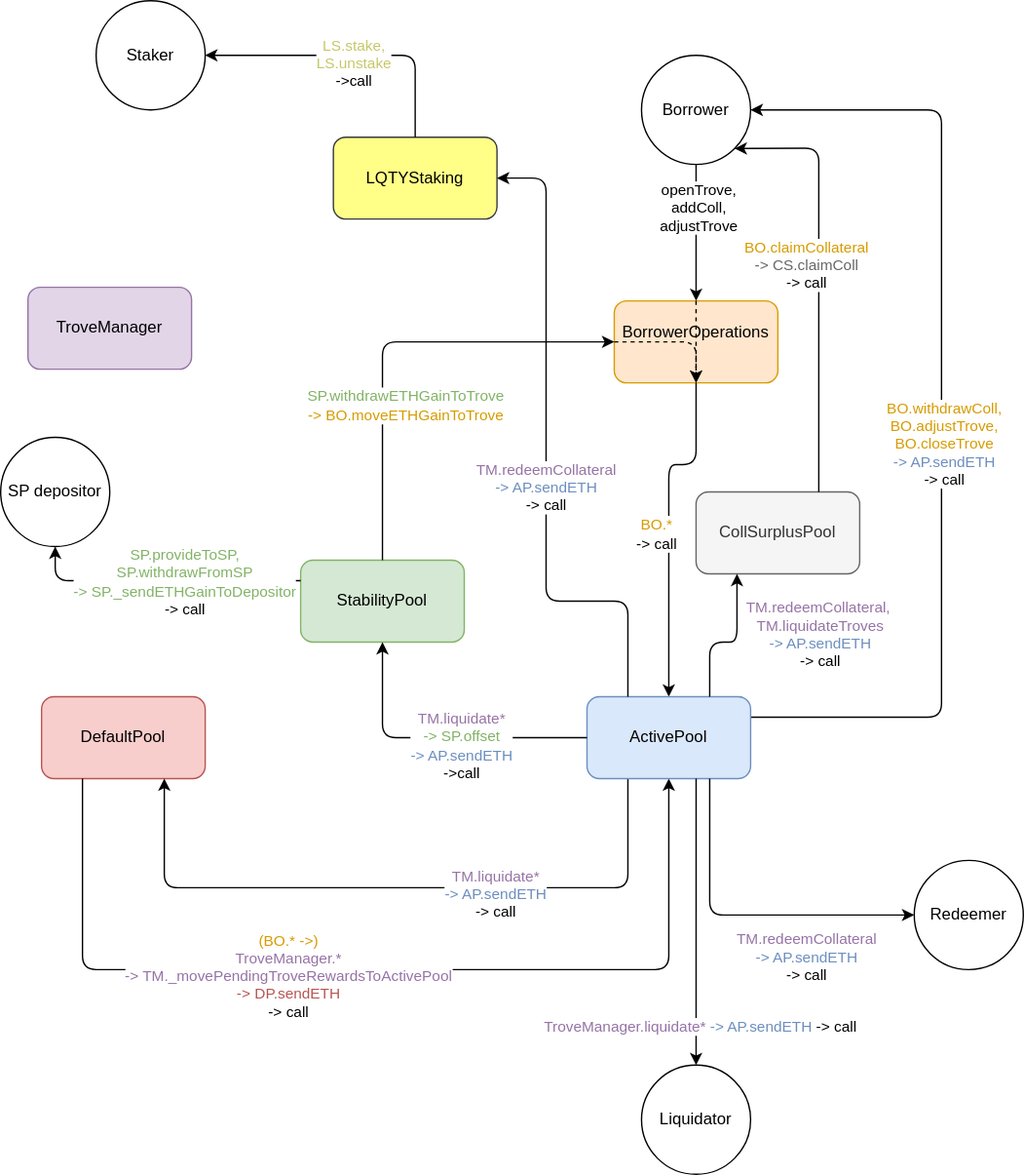
Earlier version of the draw.io export images/iBGT_flows.svg (beraborrow/package). Source tidied: cells renumbered, new cells last; positions are measured from the earlier drawing's top-left corner, leaving out a move shared by most shapes.
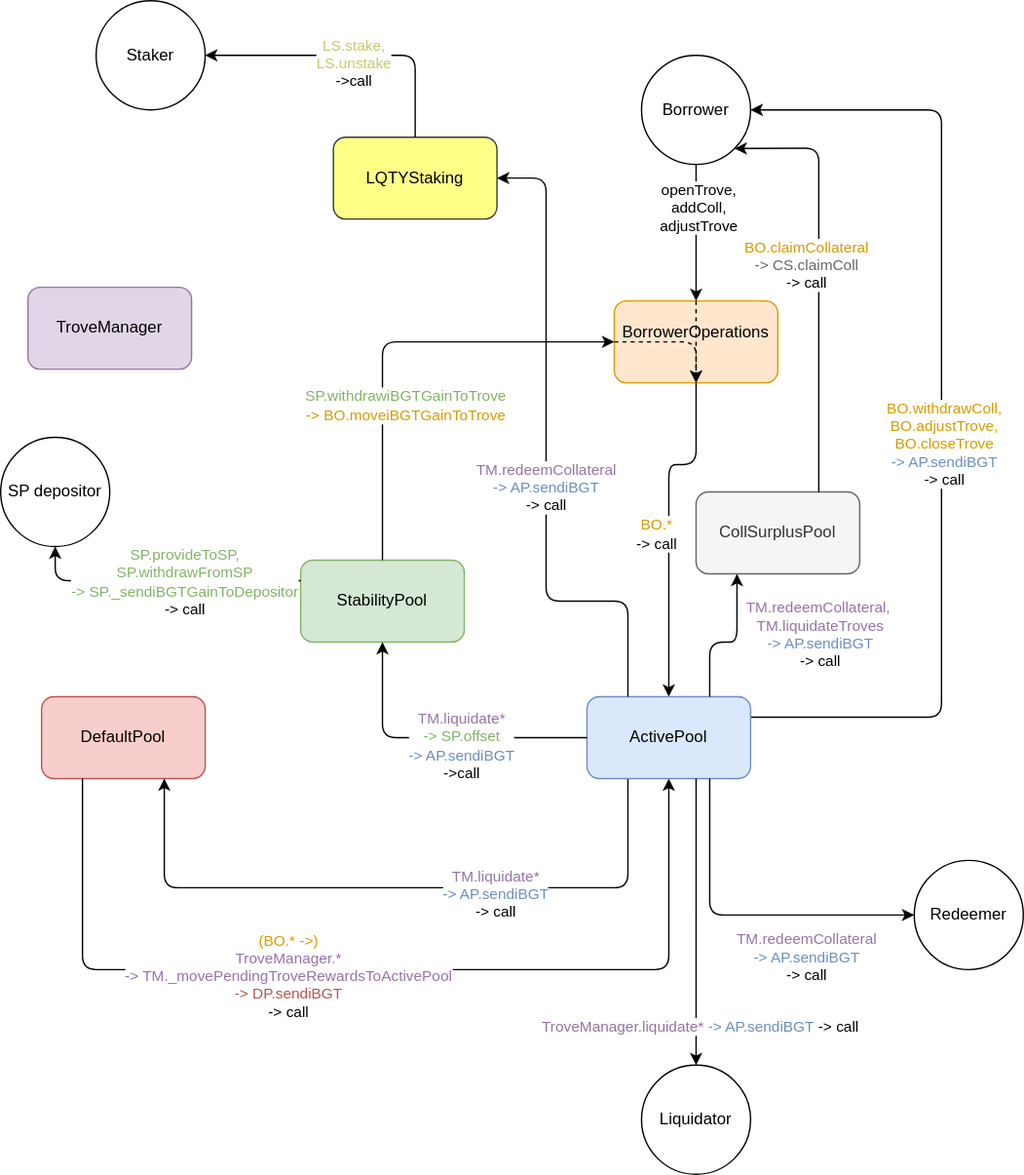
Later version of the same file.

What changed in the source:
```diff
@@ -34,7 +34,7 @@
         </Array>
       </mxGeometry>
     </mxCell>
-    <mxCell id="9" value="&lt;font color=&quot;#82B366&quot;&gt;SP.&lt;/font&gt;&lt;font color=&quot;#82B366&quot;&gt;withdrawETHGainToTrove&lt;/font&gt;&lt;div&gt;&lt;font color=&quot;#D79B00&quot;&gt;-&amp;gt; BO.moveETHGainToTrove&lt;/font&gt;&lt;br&gt;&lt;/div&gt;" style="edgeLabel;html=1;align=center;verticalAlign=middle;" parent="8" vertex="1">
+    <mxCell id="9" value="&lt;font color=&quot;#82B366&quot;&gt;SP.&lt;/font&gt;&lt;font color=&quot;#82B366&quot;&gt;withdrawiBGTGainToTrove&lt;/font&gt;&lt;div&gt;&lt;font color=&quot;#D79B00&quot;&gt;-&amp;gt; BO.moveiBGTGainToTrove&lt;/font&gt;&lt;br&gt;&lt;/div&gt;" style="edgeLabel;html=1;align=center;verticalAlign=middle;" parent="8" vertex="1">
       <mxGeometry x="-0.38" y="-2" relative="1" as="geometry">
         <mxPoint x="14" y="-12" as="offset" />
       </mxGeometry>
@@ -58,7 +58,7 @@
         </Array>
       </mxGeometry>
     </mxCell>
-    <mxCell id="14" value="&lt;div&gt;&lt;font color=&quot;#D79B00&quot;&gt;BO.withdrawColl,&lt;/font&gt;&lt;/div&gt;&lt;div&gt;&lt;font color=&quot;#D79B00&quot;&gt;BO.adjustTrove,&lt;br&gt;BO.closeTrove&lt;/font&gt;&lt;br&gt;&lt;font color=&quot;#6C8EBF&quot;&gt;-&amp;gt; AP.sendETH&lt;/font&gt;&lt;/div&gt;&lt;div&gt;-&amp;gt; call&lt;br&gt;&lt;/div&gt;" style="edgeLabel;html=1;align=center;verticalAlign=middle;" parent="13" vertex="1">
+    <mxCell id="14" value="&lt;div&gt;&lt;font color=&quot;#D79B00&quot;&gt;BO.withdrawColl,&lt;/font&gt;&lt;/div&gt;&lt;div&gt;&lt;font color=&quot;#D79B00&quot;&gt;BO.adjustTrove,&lt;br&gt;BO.closeTrove&lt;/font&gt;&lt;br&gt;&lt;font color=&quot;#6C8EBF&quot;&gt;-&amp;gt; AP.sendiBGT&lt;/font&gt;&lt;/div&gt;&lt;div&gt;-&amp;gt; call&lt;br&gt;&lt;/div&gt;" style="edgeLabel;html=1;align=center;verticalAlign=middle;" parent="13" vertex="1">
       <mxGeometry x="-0.24" y="-1" relative="1" as="geometry">
         <mxPoint y="-64" as="offset" />
       </mxGeometry>
@@ -71,7 +71,7 @@
         </Array>
       </mxGeometry>
     </mxCell>
-    <mxCell id="16" value="&lt;div&gt;&lt;font color=&quot;#9673A6&quot;&gt;TM.liquidate*&lt;/font&gt;&lt;/div&gt;&lt;div&gt;&lt;font color=&quot;#6C8EBF&quot;&gt;-&amp;gt; AP.sendETH&lt;/font&gt;&lt;/div&gt;&lt;div&gt;-&amp;gt; call&lt;br&gt;&lt;/div&gt;" style="edgeLabel;html=1;align=center;verticalAlign=middle;" parent="15" vertex="1">
+    <mxCell id="16" value="&lt;div&gt;&lt;font color=&quot;#9673A6&quot;&gt;TM.liquidate*&lt;/font&gt;&lt;/div&gt;&lt;div&gt;&lt;font color=&quot;#6C8EBF&quot;&gt;-&amp;gt; AP.sendiBGT&lt;/font&gt;&lt;/div&gt;&lt;div&gt;-&amp;gt; call&lt;br&gt;&lt;/div&gt;" style="edgeLabel;html=1;align=center;verticalAlign=middle;" parent="15" vertex="1">
       <mxGeometry x="-0.29" y="4" relative="1" as="geometry" />
     </mxCell>
     <mxCell id="17" style="endArrow=classic;html=1;entryX=0.5;entryY=1;entryDx=0;entryDy=0;exitX=0.25;exitY=1;exitDx=0;exitDy=0;" parent="1" edge="1" source="3" target="20">
@@ -82,7 +82,7 @@
         </Array>
       </mxGeometry>
     </mxCell>
-    <mxCell id="18" value="&lt;div&gt;&lt;font color=&quot;#9673A6&quot;&gt;&lt;font color=&quot;#D79B00&quot;&gt;(BO.* -&amp;gt;)&lt;/font&gt;&lt;br&gt;TroveManager.*&lt;br&gt;-&amp;gt; TM._movePendingTroveRewardsToActivePool&lt;br&gt;&lt;/font&gt;&lt;/div&gt;&lt;div&gt;&lt;font color=&quot;#B85450&quot;&gt;-&amp;gt; DP.sendETH&lt;/font&gt;&lt;/div&gt;&lt;div&gt;-&amp;gt; call&lt;br&gt;&lt;/div&gt;" style="edgeLabel;html=1;align=center;verticalAlign=middle;" parent="17" vertex="1">
+    <mxCell id="18" value="&lt;div&gt;&lt;font color=&quot;#9673A6&quot;&gt;&lt;font color=&quot;#D79B00&quot;&gt;(BO.* -&amp;gt;)&lt;/font&gt;&lt;br&gt;TroveManager.*&lt;br&gt;-&amp;gt; TM._movePendingTroveRewardsToActivePool&lt;br&gt;&lt;/font&gt;&lt;/div&gt;&lt;div&gt;&lt;font color=&quot;#B85450&quot;&gt;-&amp;gt; DP.sendiBGT&lt;/font&gt;&lt;/div&gt;&lt;div&gt;-&amp;gt; call&lt;br&gt;&lt;/div&gt;" style="edgeLabel;html=1;align=center;verticalAlign=middle;" parent="17" vertex="1">
       <mxGeometry x="-0.62" y="71" relative="1" as="geometry">
         <mxPoint x="79" y="11" as="offset" />
       </mxGeometry>
@@ -103,7 +103,7 @@
         </Array>
       </mxGeometry>
     </mxCell>
-    <mxCell id="23" value="&lt;div&gt;&lt;font color=&quot;#9673A6&quot;&gt;TM.redeemCollateral&lt;/font&gt;&lt;/div&gt;&lt;div&gt;&lt;font color=&quot;#6C8EBF&quot;&gt;-&amp;gt; AP.sendETH&lt;/font&gt;&lt;/div&gt;&lt;div&gt;-&amp;gt; call&lt;br&gt;&lt;/div&gt;" style="edgeLabel;html=1;align=center;verticalAlign=middle;" parent="22" vertex="1">
+    <mxCell id="23" value="&lt;div&gt;&lt;font color=&quot;#9673A6&quot;&gt;TM.redeemCollateral&lt;/font&gt;&lt;/div&gt;&lt;div&gt;&lt;font color=&quot;#6C8EBF&quot;&gt;-&amp;gt; AP.sendiBGT&lt;/font&gt;&lt;/div&gt;&lt;div&gt;-&amp;gt; call&lt;br&gt;&lt;/div&gt;" style="edgeLabel;html=1;align=center;verticalAlign=middle;" parent="22" vertex="1">
       <mxGeometry x="-0.35" y="4" relative="1" as="geometry">
         <mxPoint x="66" y="49" as="offset" />
       </mxGeometry>
@@ -118,7 +118,7 @@
         </Array>
       </mxGeometry>
     </mxCell>
-    <mxCell id="26" value="&lt;font color=&quot;#666666&quot;&gt;&lt;font color=&quot;#82B366&quot;&gt;SP.provideToSP,&lt;/font&gt;&lt;br&gt;&lt;/font&gt;&lt;div&gt;&lt;font color=&quot;#82B366&quot;&gt;SP.withdrawFromSP&lt;/font&gt;&lt;/div&gt;&lt;div&gt;&lt;font color=&quot;#82B366&quot;&gt;-&amp;gt; SP._sendETHGainToDepositor&lt;br&gt;&lt;/font&gt;&lt;/div&gt;&lt;div&gt;-&amp;gt; call&lt;br&gt;&lt;/div&gt;" style="edgeLabel;html=1;align=center;verticalAlign=middle;" parent="25" vertex="1">
+    <mxCell id="26" value="&lt;font color=&quot;#666666&quot;&gt;&lt;font color=&quot;#82B366&quot;&gt;SP.provideToSP,&lt;/font&gt;&lt;br&gt;&lt;/font&gt;&lt;div&gt;&lt;font color=&quot;#82B366&quot;&gt;SP.withdrawFromSP&lt;/font&gt;&lt;/div&gt;&lt;div&gt;&lt;font color=&quot;#82B366&quot;&gt;-&amp;gt; SP._sendiBGTGainToDepositor&lt;br&gt;&lt;/font&gt;&lt;/div&gt;&lt;div&gt;-&amp;gt; call&lt;br&gt;&lt;/div&gt;" style="edgeLabel;html=1;align=center;verticalAlign=middle;" parent="25" vertex="1">
       <mxGeometry x="0.26" relative="1" as="geometry">
         <mxPoint x="43" as="offset" />
       </mxGeometry>
@@ -130,7 +130,7 @@
         </Array>
       </mxGeometry>
     </mxCell>
-    <mxCell id="28" value="&lt;div&gt;&lt;font color=&quot;#9673A6&quot;&gt;TM.liquidate*&lt;/font&gt;&lt;/div&gt;&lt;div&gt;&lt;font color=&quot;#82B366&quot;&gt;-&amp;gt; SP.offset&lt;/font&gt;&lt;/div&gt;&lt;div&gt;&lt;font color=&quot;#6C8EBF&quot;&gt;-&amp;gt; AP.sendETH&lt;/font&gt;&lt;/div&gt;&lt;div&gt;-&amp;gt;call&lt;br&gt;&lt;/div&gt;" style="edgeLabel;html=1;align=center;verticalAlign=middle;" parent="27" vertex="1">
+    <mxCell id="28" value="&lt;div&gt;&lt;font color=&quot;#9673A6&quot;&gt;TM.liquidate*&lt;/font&gt;&lt;/div&gt;&lt;div&gt;&lt;font color=&quot;#82B366&quot;&gt;-&amp;gt; SP.offset&lt;/font&gt;&lt;/div&gt;&lt;div&gt;&lt;font color=&quot;#6C8EBF&quot;&gt;-&amp;gt; AP.sendiBGT&lt;/font&gt;&lt;/div&gt;&lt;div&gt;-&amp;gt;call&lt;br&gt;&lt;/div&gt;" style="edgeLabel;html=1;align=center;verticalAlign=middle;" parent="27" vertex="1">
       <mxGeometry x="0.33" y="-1" relative="1" as="geometry">
         <mxPoint x="53" y="6" as="offset" />
       </mxGeometry>
@@ -138,7 +138,7 @@
     <mxCell id="29" style="endArrow=classic;html=1;exitX=0.667;exitY=1;exitDx=0;exitDy=0;exitPerimeter=0;entryX=0.5;entryY=0;entryDx=0;entryDy=0;" parent="1" edge="1" source="20" target="21">
       <mxGeometry relative="1" as="geometry" />
     </mxCell>
-    <mxCell id="30" value="&lt;font color=&quot;#9673A6&quot;&gt;TroveManager.liquidate*&lt;/font&gt; &lt;font color=&quot;#6C8EBF&quot;&gt;-&amp;gt; AP.sendETH&lt;/font&gt; -&amp;gt; call" style="edgeLabel;html=1;align=center;verticalAlign=middle;" parent="29" vertex="1">
+    <mxCell id="30" value="&lt;font color=&quot;#9673A6&quot;&gt;TroveManager.liquidate*&lt;/font&gt; &lt;font color=&quot;#6C8EBF&quot;&gt;-&amp;gt; AP.sendiBGT&lt;/font&gt;&amp;nbsp;-&amp;gt; call" style="edgeLabel;html=1;align=center;verticalAlign=middle;" parent="29" vertex="1">
       <mxGeometry x="0.72" y="2" relative="1" as="geometry" />
     </mxCell>
     <mxCell id="31" value="CollSurplusPool" style="rounded=1;whiteSpace=wrap;html=1;fillColor=#f5f5f5;strokeColor=#666666;fontColor=#333333;" parent="1" vertex="1">
@@ -164,7 +164,7 @@
         </Array>
       </mxGeometry>
     </mxCell>
-    <mxCell id="35" value="&lt;div&gt;&lt;font color=&quot;#9673A6&quot;&gt;TM.redeemCollateral,&amp;nbsp;&lt;br&gt;&lt;/font&gt;&lt;span style=&quot;color: rgb(150 , 115 , 166)&quot;&gt;TM.liquidateTroves&lt;/span&gt;&lt;/div&gt;&lt;div&gt;&lt;div&gt;&lt;font color=&quot;#6C8EBF&quot;&gt;-&amp;gt; AP.sendETH&lt;/font&gt;&lt;/div&gt;&lt;div&gt;-&amp;gt; call&lt;br&gt;&lt;/div&gt;&lt;/div&gt;&lt;div&gt;&lt;div&gt;&lt;br&gt;&lt;/div&gt;&lt;/div&gt;" style="edgeLabel;html=1;align=center;verticalAlign=middle;" parent="34" vertex="1">
+    <mxCell id="35" value="&lt;div&gt;&lt;font color=&quot;#9673A6&quot;&gt;TM.redeemCollateral,&amp;nbsp;&lt;br&gt;&lt;/font&gt;&lt;span style=&quot;color: rgb(150 , 115 , 166)&quot;&gt;TM.liquidateTroves&lt;/span&gt;&lt;/div&gt;&lt;div&gt;&lt;div&gt;&lt;font color=&quot;#6C8EBF&quot;&gt;-&amp;gt; AP.sendiBGT&lt;/font&gt;&lt;/div&gt;&lt;div&gt;-&amp;gt; call&lt;br&gt;&lt;/div&gt;&lt;/div&gt;&lt;div&gt;&lt;div&gt;&lt;br&gt;&lt;/div&gt;&lt;/div&gt;" style="edgeLabel;html=1;align=center;verticalAlign=middle;" parent="34" vertex="1">
       <mxGeometry x="0.4" y="3" relative="1" as="geometry">
         <mxPoint x="63" y="17" as="offset" />
       </mxGeometry>
@@ -196,7 +196,7 @@
         </Array>
       </mxGeometry>
     </mxCell>
-    <mxCell id="41" value="&lt;div&gt;&lt;font color=&quot;#9673A6&quot;&gt;TM.redeemCollateral&lt;/font&gt;&lt;/div&gt;&lt;div&gt;&lt;font color=&quot;#6C8EBF&quot;&gt;-&amp;gt; AP.sendETH&lt;/font&gt;&lt;/div&gt;&lt;div&gt;-&amp;gt; call&lt;br&gt;&lt;/div&gt;" style="edgeLabel;html=1;align=center;verticalAlign=middle;" parent="40" vertex="1">
+    <mxCell id="41" value="&lt;div&gt;&lt;font color=&quot;#9673A6&quot;&gt;TM.redeemCollateral&lt;/font&gt;&lt;/div&gt;&lt;div&gt;&lt;font color=&quot;#6C8EBF&quot;&gt;-&amp;gt; AP.sendiBGT&lt;/font&gt;&lt;/div&gt;&lt;div&gt;-&amp;gt; call&lt;br&gt;&lt;/div&gt;" style="edgeLabel;html=1;align=center;verticalAlign=middle;" parent="40" vertex="1">
       <mxGeometry x="-0.1" y="1" relative="1" as="geometry" />
     </mxCell>
     <mxCell id="42" style="endArrow=classic;html=1;exitX=0.5;exitY=0;exitDx=0;exitDy=0;entryX=1;entryY=0.5;entryDx=0;entryDy=0;" parent="1" edge="1" source="39" target="38">
```
